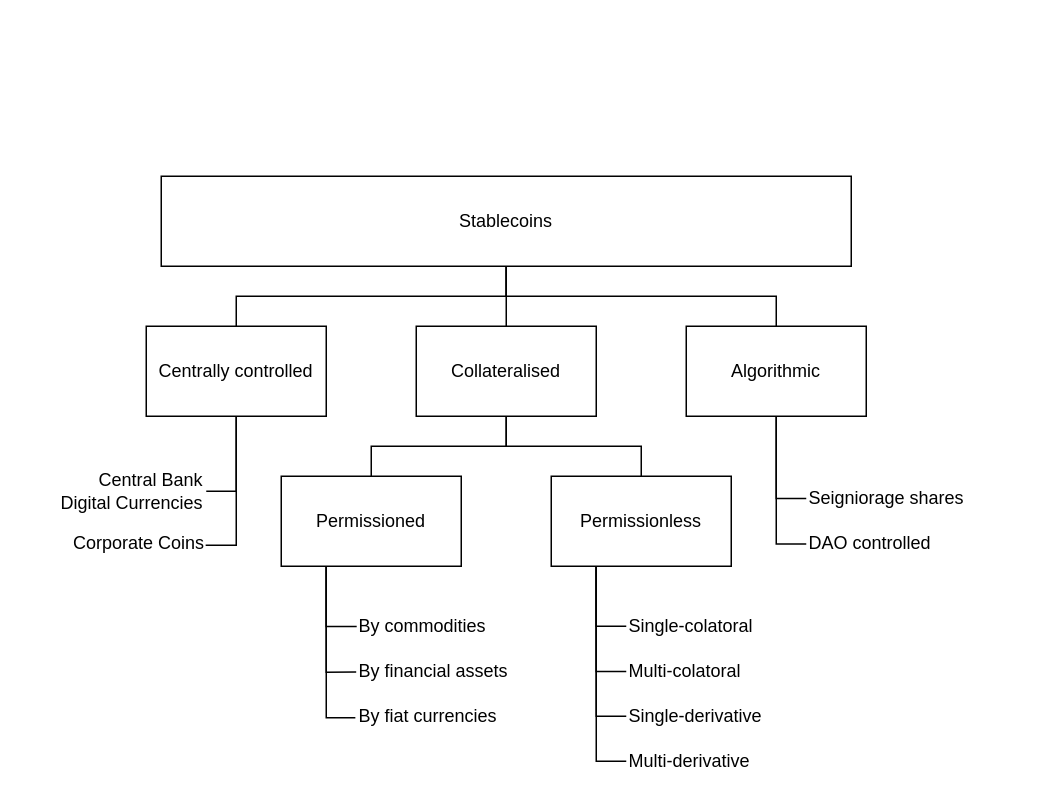
Above: img/taxonomy.drawio in rwblokzijl/stablecoin-survey (draw.io), before the change. Source tidied: cells renumbered, new cells numbered last; positions are measured from the earlier drawing's top-left corner, leaving out a move shared by most shapes. Both pictures are drawn from the tidied source at 150%, with x=0, y=0 at pixel (56, 176).
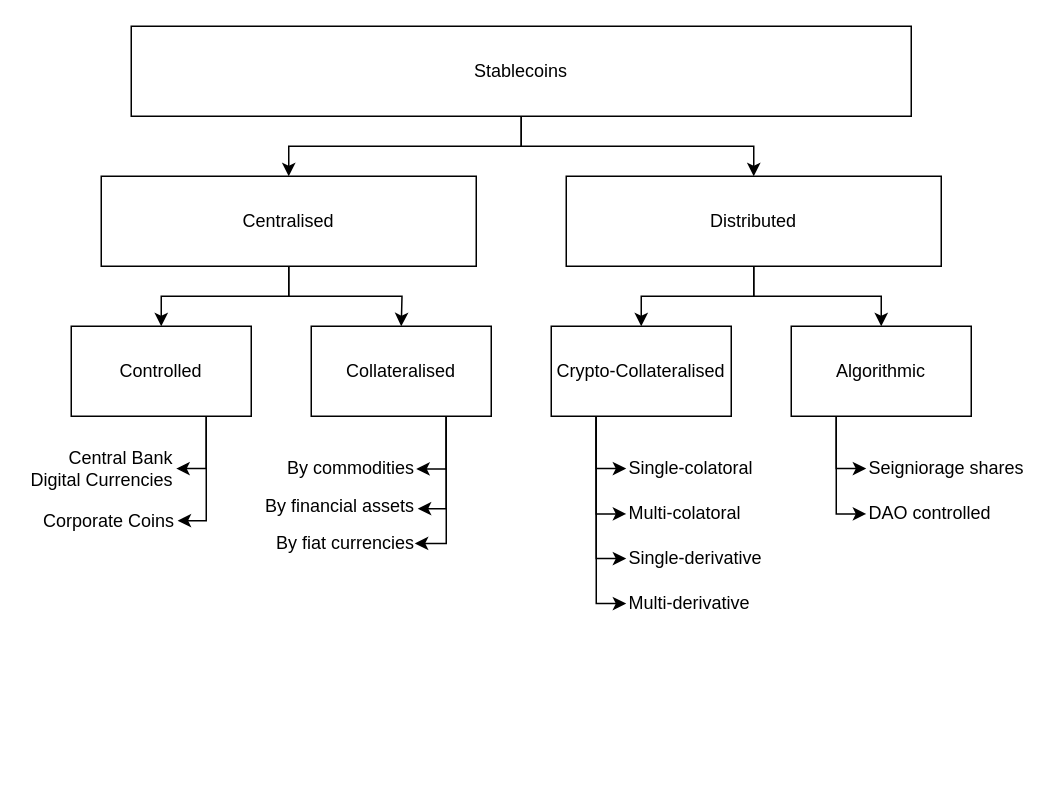
After the change.

What changed in the source:
```diff
@@
-    <mxCell id="2" style="edgeStyle=orthogonalEdgeStyle;rounded=0;jettySize=auto;html=1;entryX=0.5;entryY=0;entryDx=0;entryDy=0;endArrow=none;endFill=0;" parent="1" edge="1" source="5" target="20">
-      <mxGeometry relative="1" as="geometry" />
-    </mxCell>
-    <mxCell id="3" style="edgeStyle=orthogonalEdgeStyle;rounded=0;jettySize=auto;html=1;endArrow=none;endFill=0;exitX=0.5;exitY=1;exitDx=0;exitDy=0;" parent="1" edge="1" source="5" target="8">
-      <mxGeometry relative="1" as="geometry" />
-    </mxCell>
-    <mxCell id="4" style="edgeStyle=orthogonalEdgeStyle;rounded=0;jettySize=auto;html=1;entryX=0.5;entryY=0;entryDx=0;entryDy=0;endArrow=none;endFill=0;exitX=0.5;exitY=1;exitDx=0;exitDy=0;" parent="1" edge="1" source="5" target="21">
-      <mxGeometry relative="1" as="geometry" />
-    </mxCell>
+    <mxCell id="35" style="edgeStyle=orthogonalEdgeStyle;rounded=0;jettySize=auto;html=1;exitX=0.5;exitY=1;exitDx=0;exitDy=0;entryX=0.5;entryY=0;entryDx=0;entryDy=0;" parent="1" edge="1" source="5" target="44">
+      <mxGeometry relative="1" as="geometry" />
+    </mxCell>
+    <mxCell id="36" style="edgeStyle=orthogonalEdgeStyle;rounded=0;jettySize=auto;html=1;exitX=0.5;exitY=1;exitDx=0;exitDy=0;entryX=0.5;entryY=0;entryDx=0;entryDy=0;" parent="1" edge="1" source="5" target="47">
+      <mxGeometry relative="1" as="geometry" />
+    </mxCell>
     <mxCell id="5" value="Stablecoins" style="rounded=0;whiteSpace=wrap;html=1;" parent="1" vertex="1">
-      <mxGeometry x="70" width="460" height="60" as="geometry" />
+      <mxGeometry x="50" y="-100" width="520" height="60" as="geometry" />
     </mxCell>
-    <mxCell id="6" style="edgeStyle=orthogonalEdgeStyle;rounded=0;jettySize=auto;html=1;exitX=0.5;exitY=1;exitDx=0;exitDy=0;entryX=1;entryY=0.5;entryDx=0;entryDy=0;endArrow=none;endFill=0;" parent="1" edge="1" source="8" target="33">
+    <mxCell id="6" style="edgeStyle=orthogonalEdgeStyle;rounded=0;jettySize=auto;html=1;exitX=0.75;exitY=1;exitDx=0;exitDy=0;entryX=1;entryY=0.5;entryDx=0;entryDy=0;" parent="1" edge="1" source="8" target="33">
       <mxGeometry relative="1" as="geometry" />
     </mxCell>
-    <mxCell id="7" style="edgeStyle=orthogonalEdgeStyle;rounded=0;jettySize=auto;html=1;exitX=0.5;exitY=1;exitDx=0;exitDy=0;entryX=0.996;entryY=0.544;entryDx=0;entryDy=0;entryPerimeter=0;endArrow=none;endFill=0;" parent="1" edge="1" source="8" target="34">
+    <mxCell id="7" style="edgeStyle=orthogonalEdgeStyle;rounded=0;jettySize=auto;html=1;exitX=0.75;exitY=1;exitDx=0;exitDy=0;entryX=1.009;entryY=0.482;entryDx=0;entryDy=0;entryPerimeter=0;" parent="1" edge="1" source="8" target="34">
       <mxGeometry relative="1" as="geometry" />
     </mxCell>
-    <mxCell id="8" value="Centrally controlled" style="rounded=0;whiteSpace=wrap;html=1;" parent="1" vertex="1">
-      <mxGeometry x="60" y="100" width="120" height="60" as="geometry" />
+    <mxCell id="8" value="Controlled" style="rounded=0;whiteSpace=wrap;html=1;" parent="1" vertex="1">
+      <mxGeometry x="10" y="100" width="120" height="60" as="geometry" />
     </mxCell>
-    <mxCell id="9" style="edgeStyle=orthogonalEdgeStyle;rounded=0;jettySize=auto;html=1;exitX=0.25;exitY=1;exitDx=0;exitDy=0;entryX=-0.001;entryY=0.506;entryDx=0;entryDy=0;entryPerimeter=0;endArrow=none;endFill=0;" parent="1" edge="1" source="12" target="24">
-      <mxGeometry relative="1" as="geometry" />
-    </mxCell>
-    <mxCell id="10" style="edgeStyle=orthogonalEdgeStyle;rounded=0;jettySize=auto;html=1;exitX=0.25;exitY=1;exitDx=0;exitDy=0;entryX=-0.004;entryY=0.519;entryDx=0;entryDy=0;entryPerimeter=0;endArrow=none;endFill=0;" parent="1" edge="1" source="12" target="26">
-      <mxGeometry relative="1" as="geometry" />
-    </mxCell>
-    <mxCell id="11" style="edgeStyle=orthogonalEdgeStyle;rounded=0;jettySize=auto;html=1;exitX=0.25;exitY=1;exitDx=0;exitDy=0;entryX=-0.009;entryY=0.55;entryDx=0;entryDy=0;entryPerimeter=0;endArrow=none;endFill=0;" parent="1" edge="1" source="12" target="25">
-      <mxGeometry relative="1" as="geometry" />
-    </mxCell>
-    <mxCell id="12" value="Permissioned" style="rounded=0;whiteSpace=wrap;html=1;" parent="1" vertex="1">
-      <mxGeometry x="150" y="200" width="120" height="60" as="geometry" />
-    </mxCell>
-    <mxCell id="13" style="edgeStyle=orthogonalEdgeStyle;rounded=0;jettySize=auto;html=1;exitX=0.25;exitY=1;exitDx=0;exitDy=0;entryX=0;entryY=0.5;entryDx=0;entryDy=0;endArrow=none;endFill=0;" parent="1" edge="1" source="17" target="22">
-      <mxGeometry relative="1" as="geometry" />
-    </mxCell>
-    <mxCell id="14" style="edgeStyle=orthogonalEdgeStyle;rounded=0;jettySize=auto;html=1;exitX=0.25;exitY=1;exitDx=0;exitDy=0;entryX=0;entryY=0.5;entryDx=0;entryDy=0;endArrow=none;endFill=0;" parent="1" edge="1" source="17" target="23">
-      <mxGeometry relative="1" as="geometry" />
-    </mxCell>
-    <mxCell id="15" style="edgeStyle=orthogonalEdgeStyle;rounded=0;jettySize=auto;html=1;exitX=0.25;exitY=1;exitDx=0;exitDy=0;entryX=0;entryY=0.5;entryDx=0;entryDy=0;endArrow=none;endFill=0;" parent="1" edge="1" source="17" target="31">
-      <mxGeometry relative="1" as="geometry" />
-    </mxCell>
-    <mxCell id="16" style="edgeStyle=orthogonalEdgeStyle;rounded=0;jettySize=auto;html=1;exitX=0.25;exitY=1;exitDx=0;exitDy=0;entryX=0;entryY=0.5;entryDx=0;entryDy=0;endArrow=none;endFill=0;" parent="1" edge="1" source="17" target="32">
-      <mxGeometry relative="1" as="geometry" />
-    </mxCell>
-    <mxCell id="17" value="Permissionless" style="rounded=0;whiteSpace=wrap;html=1;" parent="1" vertex="1">
-      <mxGeometry x="330" y="200" width="120" height="60" as="geometry" />
-    </mxCell>
-    <mxCell id="18" style="edgeStyle=orthogonalEdgeStyle;rounded=0;jettySize=auto;html=1;exitX=0.5;exitY=1;exitDx=0;exitDy=0;entryX=0.5;entryY=0;entryDx=0;entryDy=0;endArrow=none;endFill=0;" parent="1" edge="1" source="20" target="12">
-      <mxGeometry relative="1" as="geometry" />
-    </mxCell>
-    <mxCell id="19" style="edgeStyle=orthogonalEdgeStyle;rounded=0;jettySize=auto;html=1;exitX=0.5;exitY=1;exitDx=0;exitDy=0;entryX=0.5;entryY=0;entryDx=0;entryDy=0;endArrow=none;endFill=0;" parent="1" edge="1" source="20" target="17">
-      <mxGeometry relative="1" as="geometry" />
-    </mxCell>
+    <mxCell id="37" style="edgeStyle=orthogonalEdgeStyle;rounded=0;jettySize=auto;html=1;exitX=0.75;exitY=1;exitDx=0;exitDy=0;entryX=1;entryY=0.5;entryDx=0;entryDy=0;entryPerimeter=0;" parent="1" edge="1" source="20" target="24">
+      <mxGeometry relative="1" as="geometry" />
+    </mxCell>
+    <mxCell id="38" style="edgeStyle=orthogonalEdgeStyle;rounded=0;jettySize=auto;html=1;exitX=0.75;exitY=1;exitDx=0;exitDy=0;entryX=1.009;entryY=0.572;entryDx=0;entryDy=0;entryPerimeter=0;" parent="1" edge="1" source="20" target="26">
+      <mxGeometry relative="1" as="geometry" />
+    </mxCell>
+    <mxCell id="39" style="edgeStyle=orthogonalEdgeStyle;rounded=0;jettySize=auto;html=1;exitX=0.75;exitY=1;exitDx=0;exitDy=0;entryX=0.991;entryY=0.483;entryDx=0;entryDy=0;entryPerimeter=0;" parent="1" edge="1" source="20" target="25">
+      <mxGeometry relative="1" as="geometry" />
+    </mxCell>
     <mxCell id="20" value="Collateralised" style="rounded=0;whiteSpace=wrap;html=1;" parent="1" vertex="1">
-      <mxGeometry x="240" y="100" width="120" height="60" as="geometry" />
+      <mxGeometry x="170" y="100" width="120" height="60" as="geometry" />
     </mxCell>
+    <mxCell id="40" style="edgeStyle=orthogonalEdgeStyle;rounded=0;jettySize=auto;html=1;exitX=0.25;exitY=1;exitDx=0;exitDy=0;entryX=0;entryY=0.5;entryDx=0;entryDy=0;" parent="1" edge="1" source="21" target="28">
+      <mxGeometry relative="1" as="geometry" />
+    </mxCell>
+    <mxCell id="41" style="edgeStyle=orthogonalEdgeStyle;rounded=0;jettySize=auto;html=1;exitX=0.25;exitY=1;exitDx=0;exitDy=0;entryX=0;entryY=0.5;entryDx=0;entryDy=0;" parent="1" edge="1" source="21" target="30">
+      <mxGeometry relative="1" as="geometry" />
+    </mxCell>
     <mxCell id="21" value="Algorithmic" style="rounded=0;whiteSpace=wrap;html=1;" parent="1" vertex="1">
-      <mxGeometry x="420" y="100" width="120" height="60" as="geometry" />
+      <mxGeometry x="490" y="100" width="120" height="60" as="geometry" />
     </mxCell>
     <mxCell id="22" value="Single-colatoral" style="text;html=1;strokeColor=none;fillColor=none;align=left;verticalAlign=middle;whiteSpace=wrap;rounded=0;" parent="1" vertex="1">
-      <mxGeometry x="380" y="290" width="100" height="20" as="geometry" />
+      <mxGeometry x="380" y="184.9" width="100" height="20" as="geometry" />
     </mxCell>
     <mxCell id="23" value="Multi-colatoral" style="text;html=1;strokeColor=none;fillColor=none;align=left;verticalAlign=middle;whiteSpace=wrap;rounded=0;" parent="1" vertex="1">
-      <mxGeometry x="380" y="320.2" width="100" height="20" as="geometry" />
+      <mxGeometry x="380" y="215.1" width="100" height="20" as="geometry" />
     </mxCell>
-    <mxCell id="24" value="By commodities" style="text;html=1;align=left;verticalAlign=middle;points=[];strokeColor=none;" parent="1" vertex="1">
-      <mxGeometry x="200.4" y="290" width="100" height="20" as="geometry" />
+    <mxCell id="24" value="By commodities" style="text;html=1;align=right;verticalAlign=middle;points=[];strokeColor=none;" parent="1" vertex="1">
+      <mxGeometry x="140" y="185.1" width="100" height="20" as="geometry" />
     </mxCell>
-    <mxCell id="25" value="By fiat currencies" style="text;html=1;align=left;verticalAlign=middle;points=[];strokeColor=none;" parent="1" vertex="1">
-      <mxGeometry x="200.4" y="350" width="110" height="20" as="geometry" />
+    <mxCell id="25" value="By fiat currencies" style="text;html=1;align=right;verticalAlign=middle;points=[];strokeColor=none;" parent="1" vertex="1">
+      <mxGeometry x="130" y="235.1" width="110" height="20" as="geometry" />
     </mxCell>
-    <mxCell id="26" value="By financial assets" style="text;html=1;align=left;verticalAlign=middle;points=[];strokeColor=none;" parent="1" vertex="1">
-      <mxGeometry x="200.4" y="320.2" width="110" height="20" as="geometry" />
+    <mxCell id="26" value="By financial assets" style="text;html=1;align=right;verticalAlign=middle;points=[];strokeColor=none;" parent="1" vertex="1">
+      <mxGeometry x="130" y="210.2" width="110" height="20" as="geometry" />
     </mxCell>
-    <mxCell id="27" style="edgeStyle=orthogonalEdgeStyle;rounded=0;jettySize=auto;html=1;exitX=0;exitY=0.5;exitDx=0;exitDy=0;entryX=0.5;entryY=1;entryDx=0;entryDy=0;endArrow=none;endFill=0;" parent="1" edge="1" source="28" target="21">
-      <mxGeometry relative="1" as="geometry" />
-    </mxCell>
     <mxCell id="28" value="Seigniorage shares" style="text;html=1;strokeColor=none;fillColor=none;align=left;verticalAlign=middle;whiteSpace=wrap;rounded=0;" parent="1" vertex="1">
-      <mxGeometry x="500" y="204.9" width="110" height="20" as="geometry" />
+      <mxGeometry x="540" y="184.9" width="110" height="20" as="geometry" />
     </mxCell>
-    <mxCell id="29" style="edgeStyle=orthogonalEdgeStyle;rounded=0;jettySize=auto;html=1;exitX=0;exitY=0.5;exitDx=0;exitDy=0;endArrow=none;endFill=0;" parent="1" edge="1" source="30">
-      <mxGeometry relative="1" as="geometry">
-        <mxPoint x="480" y="160" as="targetPoint" />
-      </mxGeometry>
-    </mxCell>
     <mxCell id="30" value="DAO controlled" style="text;html=1;strokeColor=none;fillColor=none;align=left;verticalAlign=middle;whiteSpace=wrap;rounded=0;" parent="1" vertex="1">
-      <mxGeometry x="500" y="235.1" width="100" height="20" as="geometry" />
+      <mxGeometry x="540" y="215.1" width="100" height="20" as="geometry" />
     </mxCell>
     <mxCell id="31" value="Single-derivative" style="text;html=1;strokeColor=none;fillColor=none;align=left;verticalAlign=middle;whiteSpace=wrap;rounded=0;" parent="1" vertex="1">
-      <mxGeometry x="380" y="350" width="100" height="20" as="geometry" />
+      <mxGeometry x="380" y="244.9" width="100" height="20" as="geometry" />
     </mxCell>
     <mxCell id="32" value="Multi-derivative" style="text;html=1;strokeColor=none;fillColor=none;align=left;verticalAlign=middle;whiteSpace=wrap;rounded=0;" parent="1" vertex="1">
-      <mxGeometry x="380" y="380" width="100" height="20" as="geometry" />
+      <mxGeometry x="380" y="274.9" width="100" height="20" as="geometry" />
     </mxCell>
     <mxCell id="33" value="Central Bank Digital Currencies" style="text;html=1;strokeColor=none;fillColor=none;align=right;verticalAlign=middle;whiteSpace=wrap;rounded=0;" parent="1" vertex="1">
-      <mxGeometry y="200" width="100" height="20" as="geometry" />
+      <mxGeometry x="-20" y="184.9" width="100" height="20" as="geometry" />
     </mxCell>
     <mxCell id="34" value="Corporate Coins" style="text;html=1;align=right;verticalAlign=middle;points=[];strokeColor=none;" parent="1" vertex="1">
-      <mxGeometry y="235.1" width="100" height="20" as="geometry" />
+      <mxGeometry x="-20" y="220" width="100" height="20" as="geometry" />
     </mxCell>
+    <mxCell id="42" style="edgeStyle=orthogonalEdgeStyle;rounded=0;jettySize=auto;html=1;entryX=0.5;entryY=0;entryDx=0;entryDy=0;" parent="1" edge="1" source="44" target="8">
+      <mxGeometry relative="1" as="geometry" />
+    </mxCell>
+    <mxCell id="43" style="edgeStyle=orthogonalEdgeStyle;rounded=0;jettySize=auto;html=1;" parent="1" edge="1" source="44">
+      <mxGeometry relative="1" as="geometry">
+        <mxPoint x="230" y="100" as="targetPoint" />
+      </mxGeometry>
+    </mxCell>
+    <mxCell id="44" value="Centralised" style="rounded=0;whiteSpace=wrap;html=1;" parent="1" vertex="1">
+      <mxGeometry x="30" width="250" height="60" as="geometry" />
+    </mxCell>
+    <mxCell id="45" style="edgeStyle=orthogonalEdgeStyle;rounded=0;jettySize=auto;html=1;entryX=0.5;entryY=0;entryDx=0;entryDy=0;" parent="1" edge="1" source="47" target="52">
+      <mxGeometry relative="1" as="geometry" />
+    </mxCell>
+    <mxCell id="46" style="edgeStyle=orthogonalEdgeStyle;rounded=0;jettySize=auto;html=1;" parent="1" edge="1" source="47" target="21">
+      <mxGeometry relative="1" as="geometry" />
+    </mxCell>
+    <mxCell id="47" value="Distributed" style="rounded=0;whiteSpace=wrap;html=1;" parent="1" vertex="1">
+      <mxGeometry x="340" width="250" height="60" as="geometry" />
+    </mxCell>
+    <mxCell id="48" style="edgeStyle=orthogonalEdgeStyle;rounded=0;jettySize=auto;html=1;exitX=0.25;exitY=1;exitDx=0;exitDy=0;entryX=0;entryY=0.5;entryDx=0;entryDy=0;" parent="1" edge="1" source="52" target="22">
+      <mxGeometry relative="1" as="geometry" />
+    </mxCell>
+    <mxCell id="49" style="edgeStyle=orthogonalEdgeStyle;rounded=0;jettySize=auto;html=1;exitX=0.25;exitY=1;exitDx=0;exitDy=0;entryX=0;entryY=0.5;entryDx=0;entryDy=0;" parent="1" edge="1" source="52" target="23">
+      <mxGeometry relative="1" as="geometry" />
+    </mxCell>
+    <mxCell id="50" style="edgeStyle=orthogonalEdgeStyle;rounded=0;jettySize=auto;html=1;exitX=0.25;exitY=1;exitDx=0;exitDy=0;entryX=0;entryY=0.5;entryDx=0;entryDy=0;" parent="1" edge="1" source="52" target="31">
+      <mxGeometry relative="1" as="geometry" />
+    </mxCell>
+    <mxCell id="51" style="edgeStyle=orthogonalEdgeStyle;rounded=0;jettySize=auto;html=1;exitX=0.25;exitY=1;exitDx=0;exitDy=0;entryX=0;entryY=0.5;entryDx=0;entryDy=0;" parent="1" edge="1" source="52" target="32">
+      <mxGeometry relative="1" as="geometry" />
+    </mxCell>
+    <mxCell id="52" value="Crypto-Collateralised" style="rounded=0;whiteSpace=wrap;html=1;" parent="1" vertex="1">
+      <mxGeometry x="330" y="100" width="120" height="60" as="geometry" />
+    </mxCell>
```
